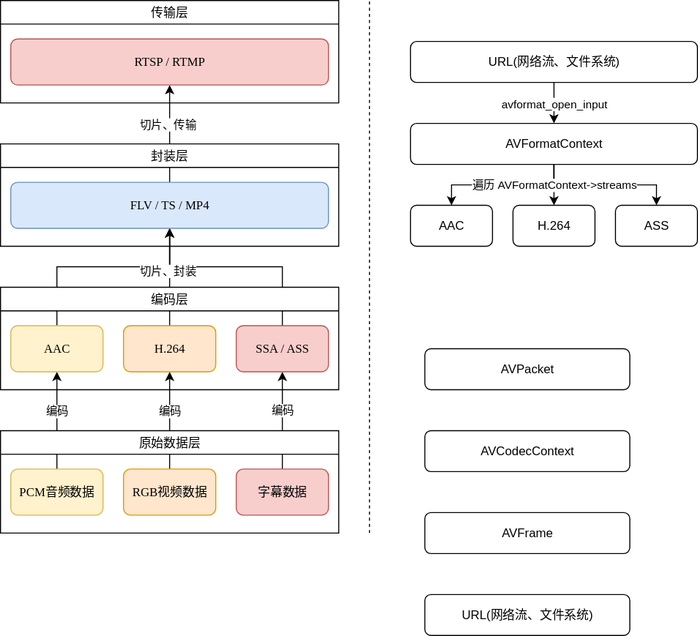
Before: 音视频开发/Resources/FFmpeg解码工作流.drawio.svg, a diagram exported from draw.io (h13-0/Notebooks). Source tidied: cells renumbered, new cells last; positions are measured from the earlier drawing's top-left corner, leaving out a move shared by most shapes.
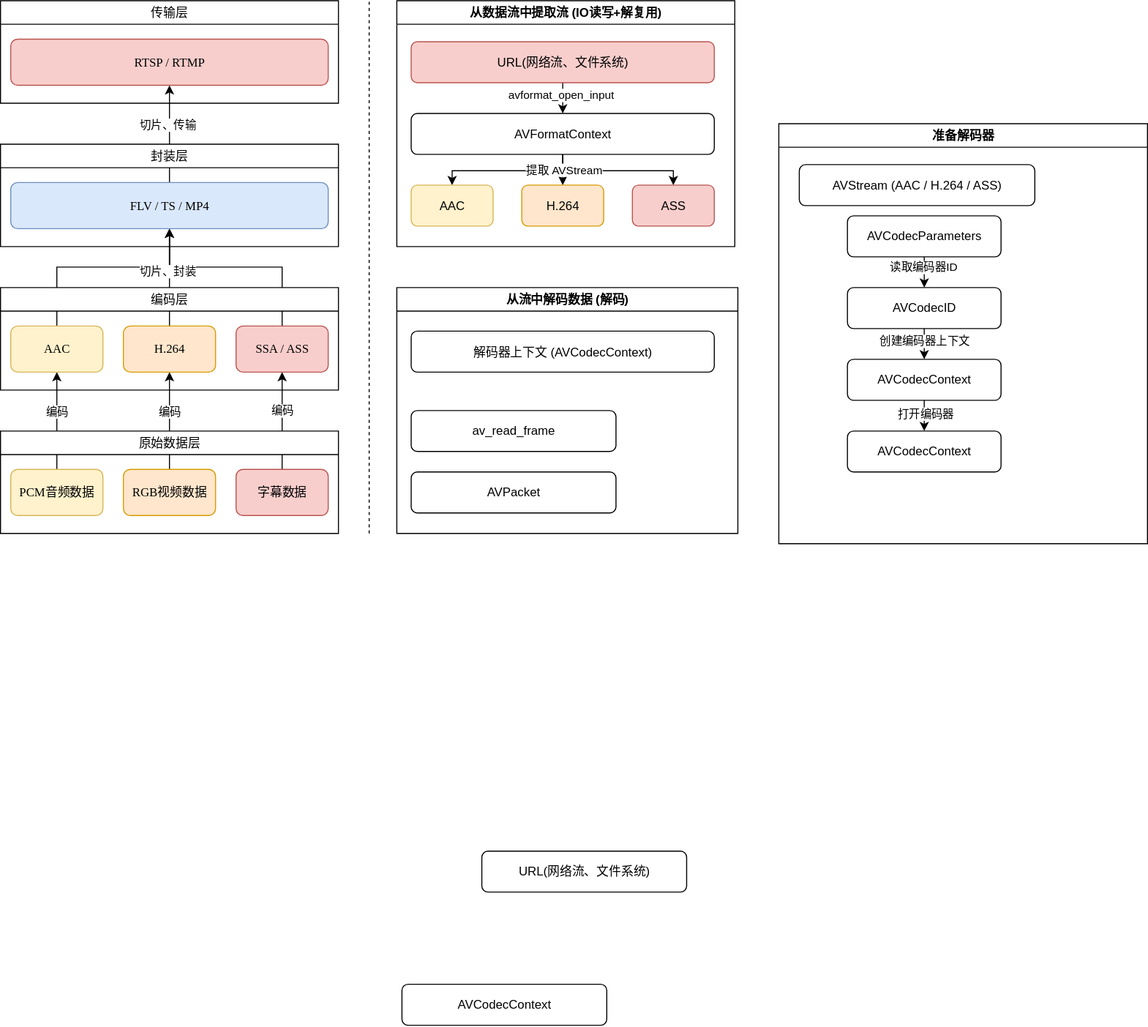
After the commit.

Commit message:
vault backup: 2025-12-18 13:21:09

What changed in the source:
```diff
@@ -96,54 +96,109 @@
         <mxPoint x="360" as="targetPoint" />
       </mxGeometry>
     </mxCell>
+    <mxCell id="36" value="AVCodecContext" style="rounded=1;whiteSpace=wrap;html=1;" parent="1" vertex="1">
+      <mxGeometry x="392" y="960" width="200" height="40" as="geometry" />
+    </mxCell>
+    <mxCell id="38" value="URL(网络流、文件系统)" style="rounded=1;whiteSpace=wrap;html=1;" parent="1" vertex="1">
+      <mxGeometry x="470" y="830" width="200" height="40" as="geometry" />
+    </mxCell>
+    <mxCell id="42" value="从数据流中提取流 (IO读写+解复用)" style="swimlane;whiteSpace=wrap;html=1;" parent="1" vertex="1">
+      <mxGeometry x="387" width="330" height="240" as="geometry" />
+    </mxCell>
-    <mxCell id="27" style="edgeStyle=orthogonalEdgeStyle;rounded=0;jettySize=auto;html=1;exitX=0.5;exitY=1;exitDx=0;exitDy=0;entryX=0.5;entryY=0;entryDx=0;entryDy=0;" parent="1" edge="1" source="29" target="34">
+    <mxCell id="27" style="edgeStyle=orthogonalEdgeStyle;rounded=0;jettySize=auto;html=1;exitX=0.5;exitY=1;exitDx=0;exitDy=0;entryX=0.5;entryY=0;entryDx=0;entryDy=0;" parent="42" edge="1" source="29" target="34">
       <mxGeometry relative="1" as="geometry" />
     </mxCell>
     <mxCell id="28" value="avformat_open_input" style="edgeLabel;html=1;align=center;verticalAlign=middle;" parent="27" vertex="1">
       <mxGeometry x="-0.43" y="-1" relative="1" as="geometry">
-        <mxPoint x="1" y="9" as="offset" />
+        <mxPoint x="-1" y="3" as="offset" />
       </mxGeometry>
     </mxCell>
-    <mxCell id="29" value="URL(网络流、文件系统)" style="rounded=1;whiteSpace=wrap;html=1;" parent="1" vertex="1">
-      <mxGeometry x="400" y="40" width="280" height="40" as="geometry" />
+    <mxCell id="29" value="URL(网络流、文件系统)" style="rounded=1;whiteSpace=wrap;html=1;fillColor=#f8cecc;strokeColor=#b85450;" parent="42" vertex="1">
+      <mxGeometry x="14" y="40" width="296" height="40" as="geometry" />
     </mxCell>
-    <mxCell id="30" style="edgeStyle=orthogonalEdgeStyle;rounded=0;jettySize=auto;html=1;exitX=0.5;exitY=1;exitDx=0;exitDy=0;entryX=0.5;entryY=0;entryDx=0;entryDy=0;" parent="1" edge="1" source="34" target="40">
+    <mxCell id="30" style="edgeStyle=orthogonalEdgeStyle;rounded=0;jettySize=auto;html=1;exitX=0.5;exitY=1;exitDx=0;exitDy=0;entryX=0.5;entryY=0;entryDx=0;entryDy=0;" parent="42" edge="1" source="34" target="40">
       <mxGeometry relative="1" as="geometry" />
     </mxCell>
-    <mxCell id="31" style="edgeStyle=orthogonalEdgeStyle;rounded=0;jettySize=auto;html=1;exitX=0.5;exitY=1;exitDx=0;exitDy=0;entryX=0.5;entryY=0;entryDx=0;entryDy=0;" parent="1" edge="1" source="34" target="39">
-      <mxGeometry relative="1" as="geometry" />
+    <mxCell id="31" style="edgeStyle=orthogonalEdgeStyle;rounded=0;jettySize=auto;html=1;exitX=0.5;exitY=1;exitDx=0;exitDy=0;entryX=0.5;entryY=0;entryDx=0;entryDy=0;" parent="42" edge="1" source="34" target="39">
+      <mxGeometry relative="1" as="geometry">
+        <Array as="points">
+          <mxPoint x="162" y="166" />
+          <mxPoint x="54" y="166" />
+        </Array>
+      </mxGeometry>
     </mxCell>
-    <mxCell id="32" style="edgeStyle=orthogonalEdgeStyle;rounded=0;jettySize=auto;html=1;exitX=0.5;exitY=1;exitDx=0;exitDy=0;entryX=0.5;entryY=0;entryDx=0;entryDy=0;" parent="1" edge="1" source="34" target="41">
-      <mxGeometry relative="1" as="geometry" />
+    <mxCell id="32" style="edgeStyle=orthogonalEdgeStyle;rounded=0;jettySize=auto;html=1;exitX=0.5;exitY=1;exitDx=0;exitDy=0;entryX=0.5;entryY=0;entryDx=0;entryDy=0;" parent="42" edge="1" source="34" target="41">
+      <mxGeometry relative="1" as="geometry">
+        <Array as="points">
+          <mxPoint x="162" y="166" />
+          <mxPoint x="270" y="166" />
+        </Array>
+      </mxGeometry>
     </mxCell>
-    <mxCell id="33" value="遍历 AVFormatContext-&amp;gt;streams" style="edgeLabel;html=1;align=center;verticalAlign=middle;" parent="32" vertex="1">
+    <mxCell id="33" value="提取 AVStream" style="edgeLabel;html=1;align=center;verticalAlign=middle;" parent="32" vertex="1">
       <mxGeometry x="-0.86" y="5" relative="1" as="geometry">
-        <mxPoint x="-5" y="10" as="offset" />
+        <mxPoint x="-4" y="5" as="offset" />
       </mxGeometry>
     </mxCell>
-    <mxCell id="34" value="AVFormatContext" style="rounded=1;whiteSpace=wrap;html=1;" parent="1" vertex="1">
-      <mxGeometry x="400" y="120" width="280" height="40" as="geometry" />
+    <mxCell id="34" value="AVFormatContext" style="rounded=1;whiteSpace=wrap;html=1;" parent="42" vertex="1">
+      <mxGeometry x="14" y="110" width="296" height="40" as="geometry" />
     </mxCell>
-    <mxCell id="35" value="AVPacket" style="rounded=1;whiteSpace=wrap;html=1;" parent="1" vertex="1">
-      <mxGeometry x="414" y="340" width="200" height="40" as="geometry" />
-    </mxCell>
-    <mxCell id="36" value="AVCodecContext" style="rounded=1;whiteSpace=wrap;html=1;" parent="1" vertex="1">
-      <mxGeometry x="414" y="420" width="200" height="40" as="geometry" />
-    </mxCell>
-    <mxCell id="37" value="AVFrame" style="rounded=1;whiteSpace=wrap;html=1;" parent="1" vertex="1">
-      <mxGeometry x="414" y="500" width="200" height="40" as="geometry" />
-    </mxCell>
-    <mxCell id="38" value="URL(网络流、文件系统)" style="rounded=1;whiteSpace=wrap;html=1;" parent="1" vertex="1">
-      <mxGeometry x="414" y="580" width="200" height="40" as="geometry" />
-    </mxCell>
-    <mxCell id="39" value="AAC" style="rounded=1;whiteSpace=wrap;html=1;" parent="1" vertex="1">
-      <mxGeometry x="400" y="200" width="80" height="40" as="geometry" />
+    <mxCell id="39" value="AAC" style="rounded=1;whiteSpace=wrap;html=1;fillColor=#fff2cc;strokeColor=#d6b656;" parent="42" vertex="1">
+      <mxGeometry x="14" y="180" width="80" height="40" as="geometry" />
     </mxCell>
-    <mxCell id="40" value="H.264" style="rounded=1;whiteSpace=wrap;html=1;" parent="1" vertex="1">
-      <mxGeometry x="500" y="200" width="80" height="40" as="geometry" />
+    <mxCell id="40" value="H.264" style="rounded=1;whiteSpace=wrap;html=1;fillColor=#ffe6cc;strokeColor=#d79b00;" parent="42" vertex="1">
+      <mxGeometry x="122" y="180" width="80" height="40" as="geometry" />
     </mxCell>
-    <mxCell id="41" value="ASS" style="rounded=1;whiteSpace=wrap;html=1;" parent="1" vertex="1">
-      <mxGeometry x="600" y="200" width="80" height="40" as="geometry" />
+    <mxCell id="41" value="ASS" style="rounded=1;whiteSpace=wrap;html=1;fillColor=#f8cecc;strokeColor=#b85450;" parent="42" vertex="1">
+      <mxGeometry x="230" y="180" width="80" height="40" as="geometry" />
     </mxCell>
+    <mxCell id="43" value="准备解码器" style="swimlane;whiteSpace=wrap;html=1;" parent="1" vertex="1">
+      <mxGeometry x="760" y="120" width="360" height="410" as="geometry" />
+    </mxCell>
+    <mxCell id="44" style="edgeStyle=orthogonalEdgeStyle;rounded=0;jettySize=auto;html=1;exitX=0.5;exitY=1;exitDx=0;exitDy=0;entryX=0.5;entryY=0;entryDx=0;entryDy=0;" parent="43" edge="1" source="46" target="53">
+      <mxGeometry relative="1" as="geometry" />
+    </mxCell>
+    <mxCell id="45" value="打开编码器" style="edgeLabel;html=1;align=center;verticalAlign=middle;" parent="44" vertex="1">
+      <mxGeometry x="-0.18" y="1" relative="1" as="geometry" />
+    </mxCell>
+    <mxCell id="46" value="AVCodecContext" style="rounded=1;whiteSpace=wrap;html=1;" parent="43" vertex="1">
+      <mxGeometry x="67" y="230" width="150" height="40" as="geometry" />
+    </mxCell>
+    <mxCell id="47" style="edgeStyle=orthogonalEdgeStyle;rounded=0;jettySize=auto;html=1;exitX=0.5;exitY=1;exitDx=0;exitDy=0;entryX=0.5;entryY=0;entryDx=0;entryDy=0;" parent="43" edge="1" source="49" target="52">
+      <mxGeometry relative="1" as="geometry" />
+    </mxCell>
+    <mxCell id="48" value="读取编码器ID" style="edgeLabel;html=1;align=center;verticalAlign=middle;" parent="47" vertex="1">
+      <mxGeometry x="-0.35" y="-1" relative="1" as="geometry" />
+    </mxCell>
+    <mxCell id="49" value="AVCodecParameters" style="rounded=1;whiteSpace=wrap;html=1;" parent="43" vertex="1">
+      <mxGeometry x="67" y="90" width="150" height="40" as="geometry" />
+    </mxCell>
+    <mxCell id="50" style="edgeStyle=orthogonalEdgeStyle;rounded=0;jettySize=auto;html=1;exitX=0.5;exitY=1;exitDx=0;exitDy=0;entryX=0.5;entryY=0;entryDx=0;entryDy=0;" parent="43" edge="1" source="52" target="46">
+      <mxGeometry relative="1" as="geometry" />
+    </mxCell>
+    <mxCell id="51" value="创建编码器上下文" style="edgeLabel;html=1;align=center;verticalAlign=middle;" parent="50" vertex="1">
+      <mxGeometry x="-0.22" relative="1" as="geometry" />
+    </mxCell>
+    <mxCell id="52" value="AVCodecID" style="rounded=1;whiteSpace=wrap;html=1;" parent="43" vertex="1">
+      <mxGeometry x="67" y="160" width="150" height="40" as="geometry" />
+    </mxCell>
+    <mxCell id="53" value="AVCodecContext" style="rounded=1;whiteSpace=wrap;html=1;" parent="43" vertex="1">
+      <mxGeometry x="67" y="300" width="150" height="40" as="geometry" />
+    </mxCell>
+    <mxCell id="54" value="AVStream (AAC / H.264 / ASS)" style="rounded=1;whiteSpace=wrap;html=1;" parent="43" vertex="1">
+      <mxGeometry x="20" y="40" width="230" height="40" as="geometry" />
+    </mxCell>
+    <mxCell id="55" value="从流中解码数据 (解码)" style="swimlane;whiteSpace=wrap;html=1;" parent="1" vertex="1">
+      <mxGeometry x="387" y="280" width="333" height="240" as="geometry" />
+    </mxCell>
+    <mxCell id="56" value="解码器上下文 (AVCodecContext)" style="rounded=1;whiteSpace=wrap;html=1;" parent="55" vertex="1">
+      <mxGeometry x="14" y="42.5" width="296" height="40" as="geometry" />
+    </mxCell>
+    <mxCell id="37" value="av_read_frame" style="rounded=1;whiteSpace=wrap;html=1;" parent="55" vertex="1">
+      <mxGeometry x="14" y="120" width="200" height="40" as="geometry" />
+    </mxCell>
+    <mxCell id="35" value="AVPacket" style="rounded=1;whiteSpace=wrap;html=1;" parent="55" vertex="1">
+      <mxGeometry x="14" y="180" width="200" height="40" as="geometry" />
+    </mxCell>
   </root>
 </mxGraphModel>
```
